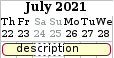
TruCol/Roadmap keeps this PlantUML diagram as code/project1/src/Diagrams/created.png. Above is the earlier version.
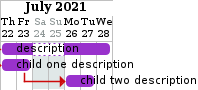
After the change.

What changed in the source:
```diff
@@ -2,5 +2,21 @@
 project starts the 2021/07-22
 saturday are closed
 sunday are closed
+
 [description] as [L0C0] lasts 5 days
+
+[child one description] as [L1C0] lasts 2 days
+
+[child two description] as [L1C1] lasts 2 days
+
+[L1C0] starts at [L0C0]'s start
+[L1C1] starts at [L1C0]'s end
+
+
+
+[L0C0]  is colored in DarkOrchid
+
+[L1C0]  is colored in DarkOrchid
+
+[L1C1]  is colored in DarkOrchid
 @endgantt
```
